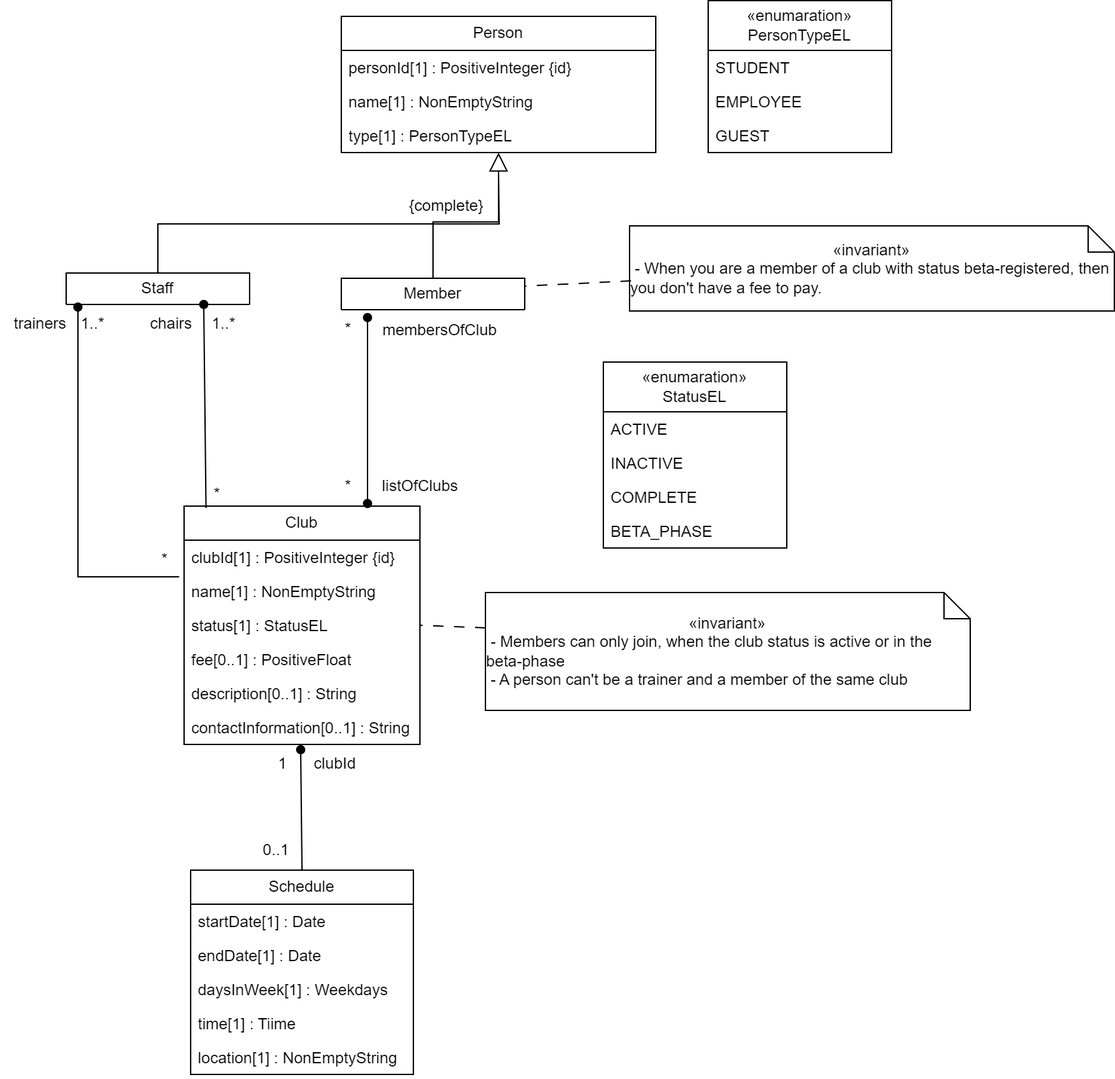
Earlier version of the draw.io export information_design_model.png (huda46/Assignment7). Source tidied: cells renumbered, new cells last; positions are measured from the earlier drawing's top-left corner, leaving out a move shared by most shapes. Source of this version:
```xml
<mxGraphModel>
  <root>
    <mxCell id="0" />
    <mxCell id="1" parent="0" />
    <mxCell id="2" style="edgeStyle=orthogonalEdgeStyle;rounded=0;jettySize=auto;html=1;endArrow=block;endFill=0;endSize=12;exitX=0.5;exitY=0;exitDx=0;exitDy=0;" parent="1" edge="1" source="3" target="38">
      <mxGeometry relative="1" as="geometry" />
    </mxCell>
    <mxCell id="3" value="Member" style="swimlane;fontStyle=0;horizontal=1;startSize=26;fillColor=none;whiteSpace=wrap;html=1;" parent="1" vertex="1">
      <mxGeometry x="260" y="212" width="140" height="24" as="geometry" />
    </mxCell>
    <mxCell id="4" value="Club" style="swimlane;fontStyle=0;horizontal=1;startSize=26;fillColor=none;whiteSpace=wrap;html=1;" parent="1" vertex="1">
      <mxGeometry x="140" y="386" width="180" height="182" as="geometry" />
    </mxCell>
    <mxCell id="5" value="clubId[1] : PositiveInteger {id}" style="text;strokeColor=none;fillColor=none;align=left;verticalAlign=top;spacingLeft=4;spacingRight=4;overflow=hidden;whiteSpace=wrap;html=1;" parent="4" vertex="1">
      <mxGeometry y="26" width="180" height="26" as="geometry" />
    </mxCell>
    <mxCell id="6" value="name[1] : NonEmptyString" style="text;strokeColor=none;fillColor=none;align=left;verticalAlign=top;spacingLeft=4;spacingRight=4;overflow=hidden;points=[[0,0.5],[1,0.5]];portConstraint=eastwest;whiteSpace=wrap;html=1;" parent="4" vertex="1">
      <mxGeometry y="52" width="180" height="26" as="geometry" />
    </mxCell>
    <mxCell id="7" value="status[1] : StatusEL" style="text;strokeColor=none;fillColor=none;align=left;verticalAlign=top;spacingLeft=4;spacingRight=4;overflow=hidden;points=[[0,0.5],[1,0.5]];portConstraint=eastwest;whiteSpace=wrap;html=1;" parent="4" vertex="1">
      <mxGeometry y="78" width="180" height="26" as="geometry" />
    </mxCell>
    <mxCell id="8" value="fee[0..1] : PositiveFloat" style="text;strokeColor=none;fillColor=none;align=left;verticalAlign=top;spacingLeft=4;spacingRight=4;overflow=hidden;whiteSpace=wrap;html=1;" parent="4" vertex="1">
      <mxGeometry y="104" width="180" height="26" as="geometry" />
    </mxCell>
    <mxCell id="9" value="description[0..1] : String" style="text;strokeColor=none;fillColor=none;align=left;verticalAlign=top;spacingLeft=4;spacingRight=4;overflow=hidden;whiteSpace=wrap;html=1;" parent="4" vertex="1">
      <mxGeometry y="130" width="180" height="26" as="geometry" />
    </mxCell>
    <mxCell id="10" value="contactInformation[0..1] : String" style="text;strokeColor=none;fillColor=none;align=left;verticalAlign=top;spacingLeft=4;spacingRight=4;overflow=hidden;whiteSpace=wrap;html=1;" parent="4" vertex="1">
      <mxGeometry y="156" width="180" height="26" as="geometry" />
    </mxCell>
    <mxCell id="11" value="Schedule" style="swimlane;fontStyle=0;horizontal=1;startSize=26;fillColor=none;whiteSpace=wrap;html=1;" parent="1" vertex="1">
      <mxGeometry x="145" y="664" width="170" height="156" as="geometry" />
    </mxCell>
    <mxCell id="12" value="startDate[1] : Date" style="text;strokeColor=none;fillColor=none;align=left;verticalAlign=top;spacingLeft=4;spacingRight=4;overflow=hidden;whiteSpace=wrap;html=1;" parent="11" vertex="1">
      <mxGeometry y="26" width="170" height="26" as="geometry" />
    </mxCell>
    <mxCell id="13" value="endDate[1] : Date" style="text;strokeColor=none;fillColor=none;align=left;verticalAlign=top;spacingLeft=4;spacingRight=4;overflow=hidden;whiteSpace=wrap;html=1;" parent="11" vertex="1">
      <mxGeometry y="52" width="170" height="26" as="geometry" />
    </mxCell>
    <mxCell id="14" value="daysInWeek[1] :&amp;nbsp;Weekdays" style="text;strokeColor=none;fillColor=none;align=left;verticalAlign=top;spacingLeft=4;spacingRight=4;overflow=hidden;whiteSpace=wrap;html=1;" parent="11" vertex="1">
      <mxGeometry y="78" width="170" height="26" as="geometry" />
    </mxCell>
    <mxCell id="15" value="time[1] : Tiime" style="text;strokeColor=none;fillColor=none;align=left;verticalAlign=top;spacingLeft=4;spacingRight=4;overflow=hidden;whiteSpace=wrap;html=1;" parent="11" vertex="1">
      <mxGeometry y="104" width="170" height="26" as="geometry" />
    </mxCell>
    <mxCell id="16" value="location[1] : NonEmptyString" style="text;strokeColor=none;fillColor=none;align=left;verticalAlign=top;spacingLeft=4;spacingRight=4;overflow=hidden;whiteSpace=wrap;html=1;" parent="11" vertex="1">
      <mxGeometry y="130" width="170" height="26" as="geometry" />
    </mxCell>
    <mxCell id="17" style="endArrow=none;html=1;rounded=0;endFill=0;startArrow=oval;startFill=1;exitX=0.75;exitY=1;exitDx=0;exitDy=0;entryX=0.093;entryY=0.008;entryDx=0;entryDy=0;entryPerimeter=0;" parent="1" edge="1" source="43" target="4">
      <mxGeometry relative="1" as="geometry" />
    </mxCell>
    <mxCell id="18" value="listOfClubs" style="text;html=1;align=center;verticalAlign=middle;strokeColor=none;fillColor=none;" parent="1" vertex="1">
      <mxGeometry x="280" y="356" width="80" height="30" as="geometry" />
    </mxCell>
    <mxCell id="19" value="*" style="text;html=1;align=center;verticalAlign=middle;strokeColor=none;fillColor=none;" parent="1" vertex="1">
      <mxGeometry x="250" y="236" width="30" height="30" as="geometry" />
    </mxCell>
    <mxCell id="20" value="*" style="text;html=1;align=center;verticalAlign=middle;strokeColor=none;fillColor=none;" parent="1" vertex="1">
      <mxGeometry x="250" y="356" width="30" height="30" as="geometry" />
    </mxCell>
    <mxCell id="21" style="endArrow=oval;html=1;rounded=0;entryX=1;entryY=0;entryDx=0;entryDy=0;startArrow=oval;startFill=1;endFill=1;" parent="1" edge="1">
      <mxGeometry relative="1" as="geometry">
        <mxPoint x="280" y="242" as="sourcePoint" />
        <mxPoint x="280" y="384" as="targetPoint" />
      </mxGeometry>
    </mxCell>
    <mxCell id="22" value="trainers" style="text;html=1;align=center;verticalAlign=middle;strokeColor=none;fillColor=none;" parent="1" vertex="1">
      <mxGeometry y="232" width="60" height="30" as="geometry" />
    </mxCell>
    <mxCell id="23" value="1..*" style="text;html=1;align=center;verticalAlign=middle;strokeColor=none;fillColor=none;" parent="1" vertex="1">
      <mxGeometry x="150" y="232" width="40" height="30" as="geometry" />
    </mxCell>
    <mxCell id="24" value="*" style="text;html=1;align=center;verticalAlign=middle;strokeColor=none;fillColor=none;" parent="1" vertex="1">
      <mxGeometry x="150" y="362" width="30" height="30" as="geometry" />
    </mxCell>
    <mxCell id="25" value="membersOfClub" style="text;html=1;align=center;verticalAlign=middle;strokeColor=none;fillColor=none;" parent="1" vertex="1">
      <mxGeometry x="280" y="237" width="110" height="30" as="geometry" />
    </mxCell>
    <mxCell id="26" style="rounded=0;jettySize=auto;html=1;exitX=0.5;exitY=0;exitDx=0;exitDy=0;endArrow=oval;endFill=1;entryX=0.347;entryY=1.154;entryDx=0;entryDy=0;entryPerimeter=0;" parent="1" edge="1" source="11">
      <mxGeometry relative="1" as="geometry">
        <mxPoint x="229" y="572" as="targetPoint" />
      </mxGeometry>
    </mxCell>
    <mxCell id="27" value="0..1" style="text;html=1;align=center;verticalAlign=middle;strokeColor=none;fillColor=none;" parent="1" vertex="1">
      <mxGeometry x="190" y="634" width="40" height="30" as="geometry" />
    </mxCell>
    <mxCell id="28" value="1" style="text;html=1;align=center;verticalAlign=middle;strokeColor=none;fillColor=none;" parent="1" vertex="1">
      <mxGeometry x="200" y="568" width="30" height="30" as="geometry" />
    </mxCell>
    <mxCell id="29" value="clubId" style="text;html=1;align=center;verticalAlign=middle;strokeColor=none;fillColor=none;" parent="1" vertex="1">
      <mxGeometry x="225" y="568" width="60" height="30" as="geometry" />
    </mxCell>
    <mxCell id="30" value="&lt;div style=&quot;&quot;&gt;&lt;div&gt;«invariant»&lt;/div&gt;&lt;div style=&quot;text-align: left;&quot;&gt;&lt;span style=&quot;background-color: initial;&quot;&gt;&amp;nbsp;- Members can only join, when the club status is active or in the beta-phase&lt;/span&gt;&lt;/div&gt;&lt;div style=&quot;text-align: left;&quot;&gt;&amp;nbsp;- A person can't be a trainer and a member of the same club&lt;/div&gt;&lt;/div&gt;" style="shape=note;size=20;whiteSpace=wrap;html=1;" parent="1" vertex="1">
      <mxGeometry x="370" y="452" width="370" height="90" as="geometry" />
    </mxCell>
    <mxCell id="31" style="rounded=0;jettySize=auto;html=1;exitX=0;exitY=0.3;exitDx=0;exitDy=0;endArrow=none;endFill=0;exitPerimeter=0;entryX=1;entryY=0.5;entryDx=0;entryDy=0;dashed=1;dashPattern=8 8;" parent="1" edge="1" source="30" target="7">
      <mxGeometry relative="1" as="geometry" />
    </mxCell>
    <mxCell id="32" value="&lt;div style=&quot;&quot;&gt;&lt;div&gt;«invariant»&lt;/div&gt;&lt;div style=&quot;text-align: left;&quot;&gt;&lt;span style=&quot;background-color: initial;&quot;&gt;&amp;nbsp;-&amp;nbsp;&lt;/span&gt;&lt;span style=&quot;background-color: initial;&quot;&gt;When you are a member of a club with status beta-registered, then you don't have a fee to pay.&lt;/span&gt;&lt;/div&gt;&lt;/div&gt;" style="shape=note;size=20;whiteSpace=wrap;html=1;" parent="1" vertex="1">
      <mxGeometry x="480" y="172" width="370" height="65" as="geometry" />
    </mxCell>
    <mxCell id="33" style="rounded=0;jettySize=auto;html=1;exitX=0.003;exitY=0.646;exitDx=0;exitDy=0;endArrow=none;endFill=0;exitPerimeter=0;entryX=1;entryY=0.25;entryDx=0;entryDy=0;dashed=1;dashPattern=8 8;" parent="1" edge="1" source="32" target="3">
      <mxGeometry relative="1" as="geometry" />
    </mxCell>
    <mxCell id="34" style="endArrow=none;html=1;entryX=-0.021;entryY=0.077;entryDx=0;entryDy=0;startArrow=oval;startFill=1;entryPerimeter=0;jumpStyle=none;rounded=0;edgeStyle=orthogonalEdgeStyle;exitX=0.064;exitY=1.083;exitDx=0;exitDy=0;exitPerimeter=0;" parent="1" edge="1" source="43" target="6">
      <mxGeometry relative="1" as="geometry" />
    </mxCell>
    <mxCell id="35" value="chairs" style="text;html=1;align=center;verticalAlign=middle;strokeColor=none;fillColor=none;" parent="1" vertex="1">
      <mxGeometry x="100" y="232" width="60" height="30" as="geometry" />
    </mxCell>
    <mxCell id="36" value="1..*" style="text;html=1;align=center;verticalAlign=middle;strokeColor=none;fillColor=none;" parent="1" vertex="1">
      <mxGeometry x="50" y="232" width="40" height="30" as="geometry" />
    </mxCell>
    <mxCell id="37" value="*" style="text;html=1;align=center;verticalAlign=middle;strokeColor=none;fillColor=none;" parent="1" vertex="1">
      <mxGeometry x="110" y="412" width="30" height="30" as="geometry" />
    </mxCell>
    <mxCell id="38" value="Person" style="swimlane;fontStyle=0;horizontal=1;startSize=26;fillColor=none;whiteSpace=wrap;html=1;" parent="1" vertex="1">
      <mxGeometry x="260" y="12" width="240" height="104" as="geometry" />
    </mxCell>
    <mxCell id="39" value="personId[1] : PositiveInteger {id}" style="text;strokeColor=none;fillColor=none;align=left;verticalAlign=top;spacingLeft=4;spacingRight=4;overflow=hidden;whiteSpace=wrap;html=1;" parent="38" vertex="1">
      <mxGeometry y="26" width="240" height="26" as="geometry" />
    </mxCell>
    <mxCell id="40" value="name[1] : NonEmptyString" style="text;strokeColor=none;fillColor=none;align=left;verticalAlign=top;spacingLeft=4;spacingRight=4;overflow=hidden;whiteSpace=wrap;html=1;" parent="38" vertex="1">
      <mxGeometry y="52" width="240" height="26" as="geometry" />
    </mxCell>
    <mxCell id="41" value="type[1] : PersonTypeEL" style="text;strokeColor=none;fillColor=none;align=left;verticalAlign=top;spacingLeft=4;spacingRight=4;overflow=hidden;whiteSpace=wrap;html=1;" parent="38" vertex="1">
      <mxGeometry y="78" width="240" height="26" as="geometry" />
    </mxCell>
    <mxCell id="42" style="edgeStyle=orthogonalEdgeStyle;rounded=0;jettySize=auto;html=1;exitX=0.5;exitY=0;exitDx=0;exitDy=0;endArrow=none;endFill=0;" parent="1" edge="1" source="43">
      <mxGeometry relative="1" as="geometry">
        <mxPoint x="380" y="132" as="targetPoint" />
      </mxGeometry>
    </mxCell>
    <mxCell id="43" value="Staff" style="swimlane;fontStyle=0;horizontal=1;startSize=26;fillColor=none;whiteSpace=wrap;html=1;" parent="1" vertex="1">
      <mxGeometry x="50" y="208" width="140" height="24" as="geometry" />
    </mxCell>
    <mxCell id="44" value="{complete}" style="text;html=1;align=center;verticalAlign=middle;strokeColor=none;fillColor=none;" parent="1" vertex="1">
      <mxGeometry x="300" y="142" width="80" height="30" as="geometry" />
    </mxCell>
    <mxCell id="45" value="&lt;div&gt;«enumaration»&lt;/div&gt;&lt;div&gt;PersonTypeEL&lt;/div&gt;" style="swimlane;fontStyle=0;horizontal=1;startSize=38;fillColor=none;whiteSpace=wrap;html=1;" parent="1" vertex="1">
      <mxGeometry x="540" width="140" height="116" as="geometry" />
    </mxCell>
    <mxCell id="46" value="STUDENT" style="text;strokeColor=none;fillColor=none;align=left;verticalAlign=top;spacingLeft=4;spacingRight=4;overflow=hidden;whiteSpace=wrap;html=1;" parent="45" vertex="1">
      <mxGeometry y="38" width="140" height="26" as="geometry" />
    </mxCell>
    <mxCell id="47" value="EMPLOYEE" style="text;strokeColor=none;fillColor=none;align=left;verticalAlign=top;spacingLeft=4;spacingRight=4;overflow=hidden;whiteSpace=wrap;html=1;" parent="45" vertex="1">
      <mxGeometry y="64" width="140" height="26" as="geometry" />
    </mxCell>
    <mxCell id="48" value="GUEST" style="text;strokeColor=none;fillColor=none;align=left;verticalAlign=top;spacingLeft=4;spacingRight=4;overflow=hidden;whiteSpace=wrap;html=1;" parent="45" vertex="1">
      <mxGeometry y="90" width="140" height="26" as="geometry" />
    </mxCell>
    <mxCell id="49" value="&lt;div&gt;«enumaration»&lt;/div&gt;&lt;div&gt;StatusEL&lt;/div&gt;" style="swimlane;fontStyle=0;horizontal=1;startSize=38;fillColor=none;whiteSpace=wrap;html=1;" parent="1" vertex="1">
      <mxGeometry x="460" y="276" width="140" height="142" as="geometry" />
    </mxCell>
    <mxCell id="50" value="ACTIVE" style="text;strokeColor=none;fillColor=none;align=left;verticalAlign=top;spacingLeft=4;spacingRight=4;overflow=hidden;whiteSpace=wrap;html=1;" parent="49" vertex="1">
      <mxGeometry y="38" width="140" height="26" as="geometry" />
    </mxCell>
    <mxCell id="51" value="INACTIVE" style="text;strokeColor=none;fillColor=none;align=left;verticalAlign=top;spacingLeft=4;spacingRight=4;overflow=hidden;whiteSpace=wrap;html=1;" parent="49" vertex="1">
      <mxGeometry y="64" width="140" height="26" as="geometry" />
    </mxCell>
    <mxCell id="52" value="COMPLETE" style="text;strokeColor=none;fillColor=none;align=left;verticalAlign=top;spacingLeft=4;spacingRight=4;overflow=hidden;whiteSpace=wrap;html=1;" parent="49" vertex="1">
      <mxGeometry y="90" width="140" height="26" as="geometry" />
    </mxCell>
    <mxCell id="53" value="BETA_PHASE" style="text;strokeColor=none;fillColor=none;align=left;verticalAlign=top;spacingLeft=4;spacingRight=4;overflow=hidden;whiteSpace=wrap;html=1;" parent="49" vertex="1">
      <mxGeometry y="116" width="140" height="26" as="geometry" />
    </mxCell>
  </root>
</mxGraphModel>
```
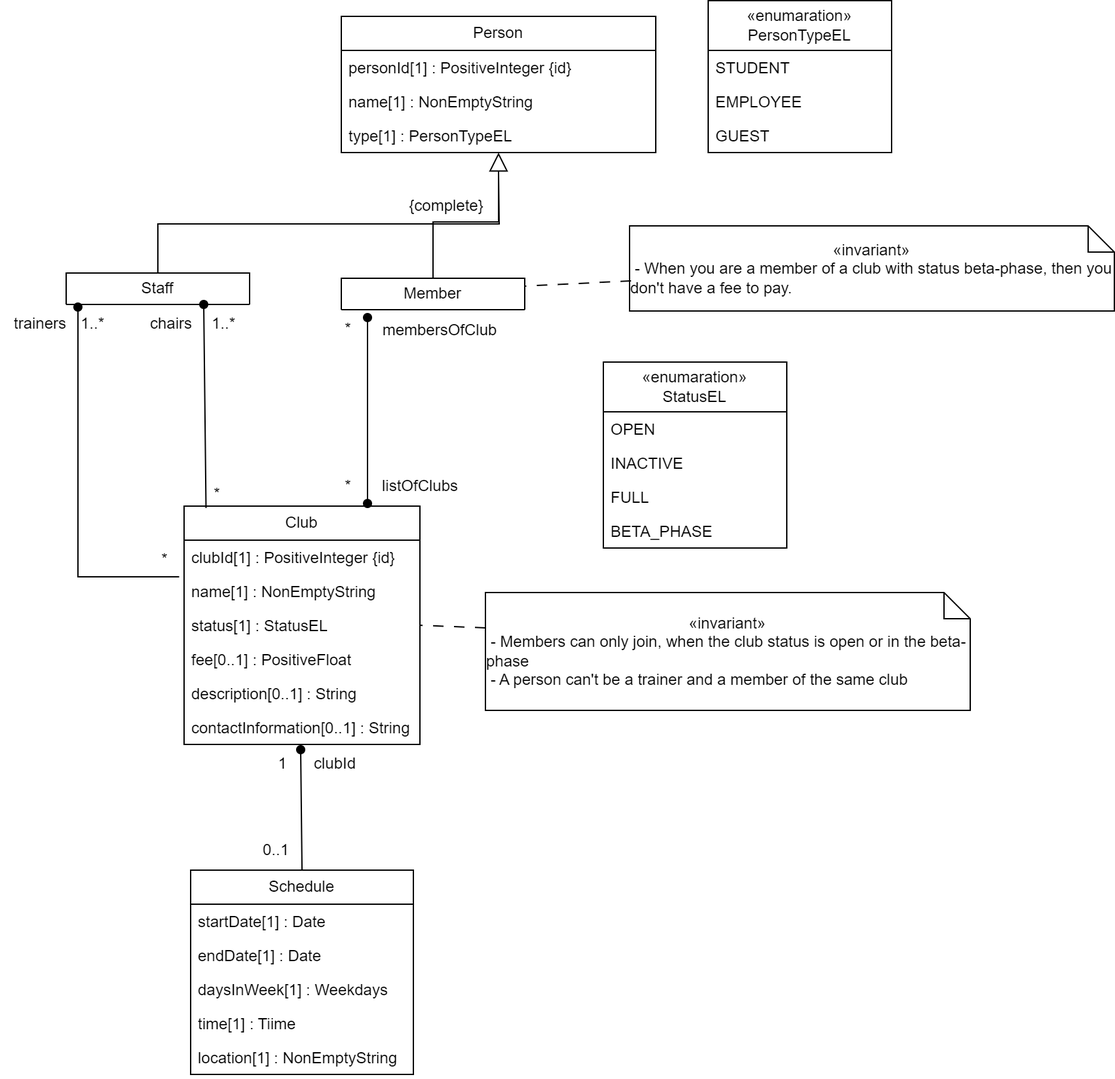
The same diagram one commit later.

The edit, as a diff of the source:
```diff
@@ -91,13 +91,13 @@
     <mxCell id="29" value="clubId" style="text;html=1;align=center;verticalAlign=middle;strokeColor=none;fillColor=none;" parent="1" vertex="1">
       <mxGeometry x="225" y="568" width="60" height="30" as="geometry" />
     </mxCell>
-    <mxCell id="30" value="&lt;div style=&quot;&quot;&gt;&lt;div&gt;«invariant»&lt;/div&gt;&lt;div style=&quot;text-align: left;&quot;&gt;&lt;span style=&quot;background-color: initial;&quot;&gt;&amp;nbsp;- Members can only join, when the club status is active or in the beta-phase&lt;/span&gt;&lt;/div&gt;&lt;div style=&quot;text-align: left;&quot;&gt;&amp;nbsp;- A person can't be a trainer and a member of the same club&lt;/div&gt;&lt;/div&gt;" style="shape=note;size=20;whiteSpace=wrap;html=1;" parent="1" vertex="1">
+    <mxCell id="30" value="&lt;div style=&quot;&quot;&gt;&lt;div&gt;«invariant»&lt;/div&gt;&lt;div style=&quot;text-align: left;&quot;&gt;&lt;span style=&quot;background-color: initial;&quot;&gt;&amp;nbsp;- Members can only join, when the club status is open or in the beta-phase&lt;/span&gt;&lt;/div&gt;&lt;div style=&quot;text-align: left;&quot;&gt;&amp;nbsp;- A person can't be a trainer and a member of the same club&lt;/div&gt;&lt;/div&gt;" style="shape=note;size=20;whiteSpace=wrap;html=1;" parent="1" vertex="1">
       <mxGeometry x="370" y="452" width="370" height="90" as="geometry" />
     </mxCell>
     <mxCell id="31" style="rounded=0;jettySize=auto;html=1;exitX=0;exitY=0.3;exitDx=0;exitDy=0;endArrow=none;endFill=0;exitPerimeter=0;entryX=1;entryY=0.5;entryDx=0;entryDy=0;dashed=1;dashPattern=8 8;" parent="1" edge="1" source="30" target="7">
       <mxGeometry relative="1" as="geometry" />
     </mxCell>
-    <mxCell id="32" value="&lt;div style=&quot;&quot;&gt;&lt;div&gt;«invariant»&lt;/div&gt;&lt;div style=&quot;text-align: left;&quot;&gt;&lt;span style=&quot;background-color: initial;&quot;&gt;&amp;nbsp;-&amp;nbsp;&lt;/span&gt;&lt;span style=&quot;background-color: initial;&quot;&gt;When you are a member of a club with status beta-registered, then you don't have a fee to pay.&lt;/span&gt;&lt;/div&gt;&lt;/div&gt;" style="shape=note;size=20;whiteSpace=wrap;html=1;" parent="1" vertex="1">
+    <mxCell id="32" value="&lt;div style=&quot;&quot;&gt;&lt;div&gt;«invariant»&lt;/div&gt;&lt;div style=&quot;text-align: left;&quot;&gt;&lt;span style=&quot;background-color: initial;&quot;&gt;&amp;nbsp;-&amp;nbsp;&lt;/span&gt;When you are a member of a club with status beta-phase&lt;span style=&quot;background-color: initial;&quot;&gt;, then you don't have a fee to pay.&lt;/span&gt;&lt;/div&gt;&lt;/div&gt;" style="shape=note;size=20;whiteSpace=wrap;html=1;" parent="1" vertex="1">
       <mxGeometry x="480" y="172" width="370" height="65" as="geometry" />
     </mxCell>
     <mxCell id="33" style="rounded=0;jettySize=auto;html=1;exitX=0.003;exitY=0.646;exitDx=0;exitDy=0;endArrow=none;endFill=0;exitPerimeter=0;entryX=1;entryY=0.25;entryDx=0;entryDy=0;dashed=1;dashPattern=8 8;" parent="1" edge="1" source="32" target="3">
@@ -153,13 +153,13 @@
     <mxCell id="49" value="&lt;div&gt;«enumaration»&lt;/div&gt;&lt;div&gt;StatusEL&lt;/div&gt;" style="swimlane;fontStyle=0;horizontal=1;startSize=38;fillColor=none;whiteSpace=wrap;html=1;" parent="1" vertex="1">
       <mxGeometry x="460" y="276" width="140" height="142" as="geometry" />
     </mxCell>
-    <mxCell id="50" value="ACTIVE" style="text;strokeColor=none;fillColor=none;align=left;verticalAlign=top;spacingLeft=4;spacingRight=4;overflow=hidden;whiteSpace=wrap;html=1;" parent="49" vertex="1">
+    <mxCell id="50" value="OPEN" style="text;strokeColor=none;fillColor=none;align=left;verticalAlign=top;spacingLeft=4;spacingRight=4;overflow=hidden;whiteSpace=wrap;html=1;" parent="49" vertex="1">
       <mxGeometry y="38" width="140" height="26" as="geometry" />
     </mxCell>
     <mxCell id="51" value="INACTIVE" style="text;strokeColor=none;fillColor=none;align=left;verticalAlign=top;spacingLeft=4;spacingRight=4;overflow=hidden;whiteSpace=wrap;html=1;" parent="49" vertex="1">
       <mxGeometry y="64" width="140" height="26" as="geometry" />
     </mxCell>
-    <mxCell id="52" value="COMPLETE" style="text;strokeColor=none;fillColor=none;align=left;verticalAlign=top;spacingLeft=4;spacingRight=4;overflow=hidden;whiteSpace=wrap;html=1;" parent="49" vertex="1">
+    <mxCell id="52" value="FULL" style="text;strokeColor=none;fillColor=none;align=left;verticalAlign=top;spacingLeft=4;spacingRight=4;overflow=hidden;whiteSpace=wrap;html=1;" parent="49" vertex="1">
       <mxGeometry y="90" width="140" height="26" as="geometry" />
     </mxCell>
     <mxCell id="53" value="BETA_PHASE" style="text;strokeColor=none;fillColor=none;align=left;verticalAlign=top;spacingLeft=4;spacingRight=4;overflow=hidden;whiteSpace=wrap;html=1;" parent="49" vertex="1">
```
